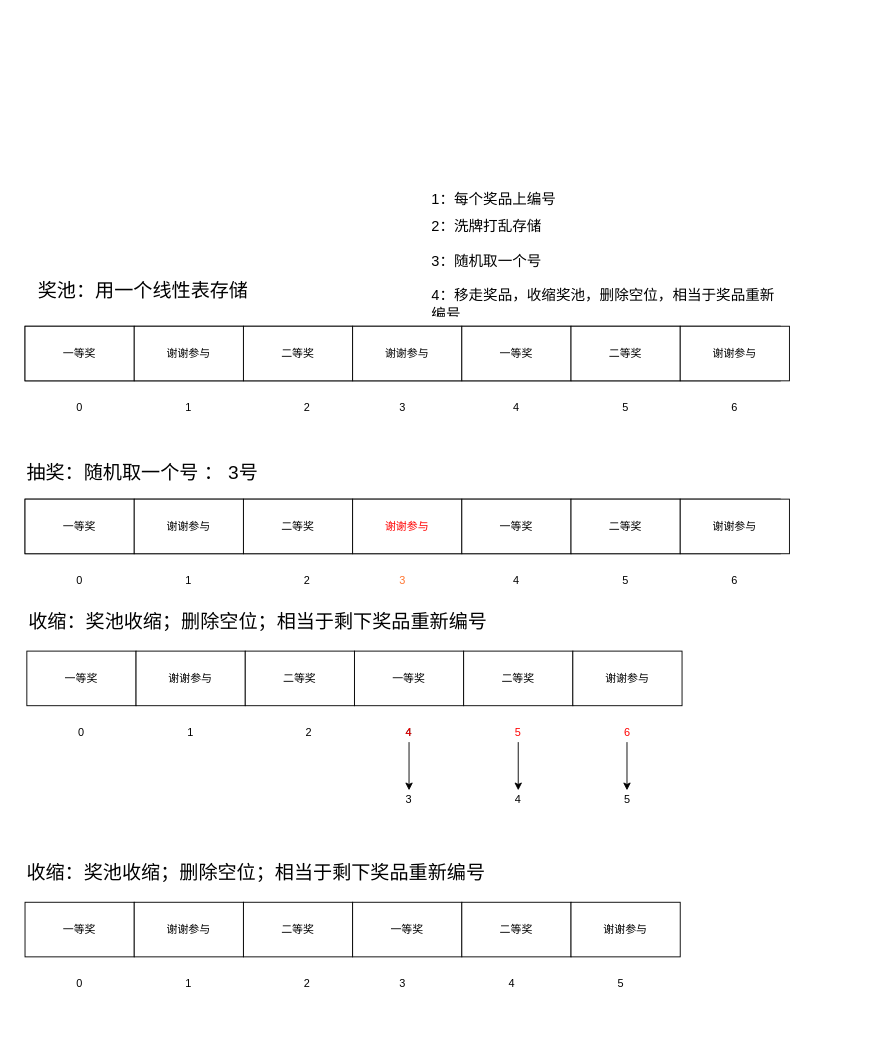
Above: won.drawio in yangsp1/yangsp1.github.io (draw.io), before the change. Source tidied: cells renumbered, new cells numbered last; positions are measured from the earlier drawing's top-left corner, leaving out a move shared by most shapes. Both pictures are drawn from the tidied source at 91%, with x=0, y=0 at pixel (25, 189).
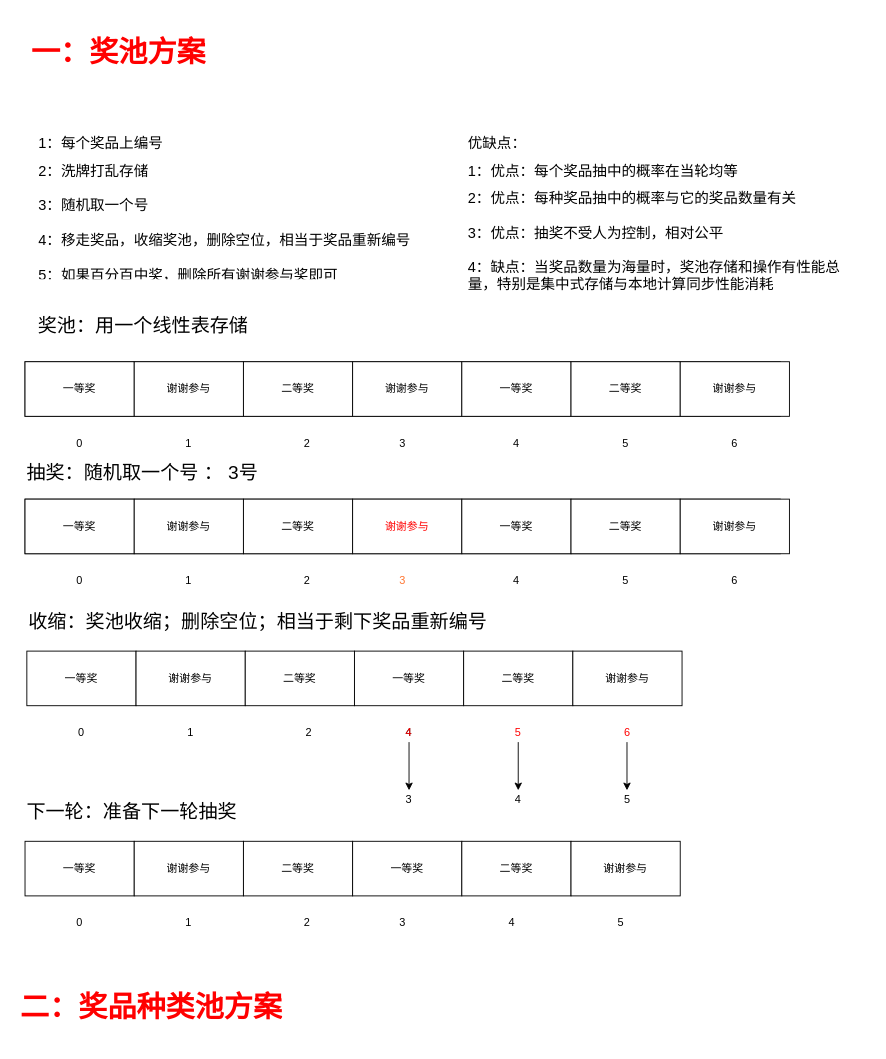
Above is the later version.

Change to the diagram source:
```diff
@@
     <mxCell id="2" style="rounded=0;whiteSpace=wrap;html=1;" parent="1" vertex="1">
-      <mxGeometry y="150" width="830" height="60" as="geometry" />
+      <mxGeometry y="189" width="830" height="60" as="geometry" />
     </mxCell>
     <mxCell id="3" value="一等奖" style="rounded=0;whiteSpace=wrap;html=1;" parent="1" vertex="1">
-      <mxGeometry y="150" width="120" height="60" as="geometry" />
+      <mxGeometry y="189" width="120" height="60" as="geometry" />
     </mxCell>
     <mxCell id="4" value="谢谢参与" style="rounded=0;whiteSpace=wrap;html=1;" parent="1" vertex="1">
-      <mxGeometry x="120" y="150" width="120" height="60" as="geometry" />
+      <mxGeometry x="120" y="189" width="120" height="60" as="geometry" />
     </mxCell>
     <mxCell id="5" value="二等奖" style="rounded=0;whiteSpace=wrap;html=1;" parent="1" vertex="1">
-      <mxGeometry x="240" y="150" width="120" height="60" as="geometry" />
+      <mxGeometry x="240" y="189" width="120" height="60" as="geometry" />
     </mxCell>
     <mxCell id="6" value="&lt;span&gt;谢谢参与&lt;/span&gt;" style="rounded=0;whiteSpace=wrap;html=1;" parent="1" vertex="1">
-      <mxGeometry x="360" y="150" width="120" height="60" as="geometry" />
+      <mxGeometry x="360" y="189" width="120" height="60" as="geometry" />
     </mxCell>
     <mxCell id="7" value="一等奖" style="rounded=0;whiteSpace=wrap;html=1;" parent="1" vertex="1">
-      <mxGeometry x="480" y="150" width="120" height="60" as="geometry" />
+      <mxGeometry x="480" y="189" width="120" height="60" as="geometry" />
     </mxCell>
     <mxCell id="8" value="二等奖" style="rounded=0;whiteSpace=wrap;html=1;" parent="1" vertex="1">
-      <mxGeometry x="600" y="150" width="120" height="60" as="geometry" />
+      <mxGeometry x="600" y="189" width="120" height="60" as="geometry" />
     </mxCell>
     <mxCell id="9" value="&lt;span&gt;谢谢参与&lt;/span&gt;" style="rounded=0;whiteSpace=wrap;html=1;" parent="1" vertex="1">
-      <mxGeometry x="720" y="150" width="120" height="60" as="geometry" />
+      <mxGeometry x="720" y="189" width="120" height="60" as="geometry" />
     </mxCell>
     <mxCell id="10" value="0" style="text;html=1;strokeColor=none;fillColor=none;align=center;verticalAlign=middle;whiteSpace=wrap;rounded=0;" parent="1" vertex="1">
-      <mxGeometry x="40" y="230" width="40" height="20" as="geometry" />
+      <mxGeometry x="40" y="269" width="40" height="20" as="geometry" />
     </mxCell>
     <mxCell id="11" value="4" style="text;html=1;strokeColor=none;fillColor=none;align=center;verticalAlign=middle;whiteSpace=wrap;rounded=0;" parent="1" vertex="1">
-      <mxGeometry x="520" y="230" width="40" height="20" as="geometry" />
+      <mxGeometry x="520" y="269" width="40" height="20" as="geometry" />
     </mxCell>
     <mxCell id="12" value="3" style="text;html=1;strokeColor=none;fillColor=none;align=center;verticalAlign=middle;whiteSpace=wrap;rounded=0;" parent="1" vertex="1">
-      <mxGeometry x="395" y="230" width="40" height="20" as="geometry" />
+      <mxGeometry x="395" y="269" width="40" height="20" as="geometry" />
     </mxCell>
     <mxCell id="13" value="2" style="text;html=1;strokeColor=none;fillColor=none;align=center;verticalAlign=middle;whiteSpace=wrap;rounded=0;" parent="1" vertex="1">
-      <mxGeometry x="290" y="230" width="40" height="20" as="geometry" />
+      <mxGeometry x="290" y="269" width="40" height="20" as="geometry" />
     </mxCell>
     <mxCell id="14" value="1" style="text;html=1;strokeColor=none;fillColor=none;align=center;verticalAlign=middle;whiteSpace=wrap;rounded=0;" parent="1" vertex="1">
-      <mxGeometry x="160" y="230" width="40" height="20" as="geometry" />
+      <mxGeometry x="160" y="269" width="40" height="20" as="geometry" />
     </mxCell>
     <mxCell id="15" value="5" style="text;html=1;strokeColor=none;fillColor=none;align=center;verticalAlign=middle;whiteSpace=wrap;rounded=0;" parent="1" vertex="1">
-      <mxGeometry x="640" y="230" width="40" height="20" as="geometry" />
+      <mxGeometry x="640" y="269" width="40" height="20" as="geometry" />
     </mxCell>
     <mxCell id="16" value="6" style="text;html=1;strokeColor=none;fillColor=none;align=center;verticalAlign=middle;whiteSpace=wrap;rounded=0;" parent="1" vertex="1">
-      <mxGeometry x="760" y="230" width="40" height="20" as="geometry" />
+      <mxGeometry x="760" y="269" width="40" height="20" as="geometry" />
     </mxCell>
     <mxCell id="17" value="奖池：用一个线性表存储" style="text;html=1;strokeColor=none;fillColor=none;align=center;verticalAlign=middle;whiteSpace=wrap;rounded=0;fontSize=21;" parent="1" vertex="1">
-      <mxGeometry y="100" width="260" height="20" as="geometry" />
+      <mxGeometry y="139" width="260" height="20" as="geometry" />
     </mxCell>
-    <mxCell id="18" value="&lt;h1 style=&quot;font-size: 16px&quot;&gt;&lt;span style=&quot;font-weight: normal ; font-size: 16px&quot;&gt;1：每个奖品上编号&lt;/span&gt;&lt;/h1&gt;&lt;div&gt;&lt;span style=&quot;font-weight: normal ; font-size: 16px&quot;&gt;2：洗牌打乱存储&lt;/span&gt;&lt;/div&gt;&lt;div&gt;&lt;span style=&quot;font-weight: normal ; font-size: 16px&quot;&gt;&lt;br&gt;&lt;/span&gt;&lt;/div&gt;&lt;div&gt;&lt;span style=&quot;font-weight: normal ; font-size: 16px&quot;&gt;3：随机取一个号&lt;/span&gt;&lt;/div&gt;&lt;div&gt;&lt;span style=&quot;font-weight: normal ; font-size: 16px&quot;&gt;&lt;br&gt;&lt;/span&gt;&lt;/div&gt;&lt;div&gt;&lt;span style=&quot;font-weight: normal ; font-size: 16px&quot;&gt;4：移走奖品，收缩奖池，删除空位，相当于奖品重新编号&lt;/span&gt;&lt;/div&gt;" style="text;html=1;strokeColor=none;fillColor=none;spacing=5;spacingTop=-20;whiteSpace=wrap;overflow=hidden;rounded=0;fontSize=16;fontStyle=1;" parent="1" vertex="1">
-      <mxGeometry x="442" width="400" height="140" as="geometry" />
+    <mxCell id="18" value="&lt;h1 style=&quot;font-size: 16px&quot;&gt;&lt;span style=&quot;font-weight: normal ; font-size: 16px&quot;&gt;1：每个奖品上编号&lt;/span&gt;&lt;/h1&gt;&lt;div&gt;&lt;span style=&quot;font-weight: normal ; font-size: 16px&quot;&gt;2：洗牌打乱存储&lt;/span&gt;&lt;/div&gt;&lt;div&gt;&lt;span style=&quot;font-weight: normal ; font-size: 16px&quot;&gt;&lt;br&gt;&lt;/span&gt;&lt;/div&gt;&lt;div&gt;&lt;span style=&quot;font-weight: normal ; font-size: 16px&quot;&gt;3：随机取一个号&lt;/span&gt;&lt;/div&gt;&lt;div&gt;&lt;span style=&quot;font-weight: normal ; font-size: 16px&quot;&gt;&lt;br&gt;&lt;/span&gt;&lt;/div&gt;&lt;div&gt;&lt;span style=&quot;font-weight: normal ; font-size: 16px&quot;&gt;4：移走奖品，收缩奖池，删除空位，相当于奖品重新编号&lt;/span&gt;&lt;/div&gt;&lt;div&gt;&lt;span style=&quot;font-weight: normal ; font-size: 16px&quot;&gt;&lt;br&gt;&lt;/span&gt;&lt;/div&gt;&lt;div&gt;&lt;span style=&quot;font-weight: normal ; font-size: 16px&quot;&gt;5：如果百分百中奖，删除所有谢谢参与奖即可&lt;/span&gt;&lt;/div&gt;" style="text;html=1;strokeColor=none;fillColor=none;spacing=5;spacingTop=-20;whiteSpace=wrap;overflow=hidden;rounded=0;fontSize=16;fontStyle=1;" parent="1" vertex="1">
+      <mxGeometry x="10" y="-61" width="448" height="160" as="geometry" />
     </mxCell>
@@
     <mxCell id="55" value="一等奖" style="rounded=0;whiteSpace=wrap;html=1;" parent="1" vertex="1">
-      <mxGeometry y="783" width="120" height="60" as="geometry" />
+      <mxGeometry y="716" width="120" height="60" as="geometry" />
     </mxCell>
     <mxCell id="56" value="谢谢参与" style="rounded=0;whiteSpace=wrap;html=1;" parent="1" vertex="1">
-      <mxGeometry x="120" y="783" width="120" height="60" as="geometry" />
+      <mxGeometry x="120" y="716" width="120" height="60" as="geometry" />
     </mxCell>
     <mxCell id="57" value="二等奖" style="rounded=0;whiteSpace=wrap;html=1;" parent="1" vertex="1">
-      <mxGeometry x="240" y="783" width="120" height="60" as="geometry" />
+      <mxGeometry x="240" y="716" width="120" height="60" as="geometry" />
     </mxCell>
     <mxCell id="58" value="一等奖" style="rounded=0;whiteSpace=wrap;html=1;" parent="1" vertex="1">
-      <mxGeometry x="360" y="783" width="120" height="60" as="geometry" />
+      <mxGeometry x="360" y="716" width="120" height="60" as="geometry" />
     </mxCell>
     <mxCell id="59" value="二等奖" style="rounded=0;whiteSpace=wrap;html=1;" parent="1" vertex="1">
-      <mxGeometry x="480" y="783" width="120" height="60" as="geometry" />
+      <mxGeometry x="480" y="716" width="120" height="60" as="geometry" />
     </mxCell>
     <mxCell id="60" value="&lt;span&gt;谢谢参与&lt;/span&gt;" style="rounded=0;whiteSpace=wrap;html=1;" parent="1" vertex="1">
-      <mxGeometry x="600" y="783" width="120" height="60" as="geometry" />
+      <mxGeometry x="600" y="716" width="120" height="60" as="geometry" />
     </mxCell>
     <mxCell id="61" value="0" style="text;html=1;strokeColor=none;fillColor=none;align=center;verticalAlign=middle;whiteSpace=wrap;rounded=0;" parent="1" vertex="1">
-      <mxGeometry x="40" y="863" width="40" height="20" as="geometry" />
+      <mxGeometry x="40" y="796" width="40" height="20" as="geometry" />
     </mxCell>
     <mxCell id="62" value="2" style="text;html=1;strokeColor=none;fillColor=none;align=center;verticalAlign=middle;whiteSpace=wrap;rounded=0;" parent="1" vertex="1">
-      <mxGeometry x="290" y="863" width="40" height="20" as="geometry" />
+      <mxGeometry x="290" y="796" width="40" height="20" as="geometry" />
     </mxCell>
     <mxCell id="63" value="1" style="text;html=1;strokeColor=none;fillColor=none;align=center;verticalAlign=middle;whiteSpace=wrap;rounded=0;" parent="1" vertex="1">
-      <mxGeometry x="160" y="863" width="40" height="20" as="geometry" />
+      <mxGeometry x="160" y="796" width="40" height="20" as="geometry" />
     </mxCell>
-    <mxCell id="64" value="收缩：奖池收缩；删除空位；相当于剩下奖品重新编号" style="text;html=1;strokeColor=none;fillColor=none;align=left;verticalAlign=middle;whiteSpace=wrap;rounded=0;fontSize=21;" parent="1" vertex="1">
-      <mxGeometry y="740" width="578" height="20" as="geometry" />
+    <mxCell id="64" value="下一轮：准备下一轮抽奖" style="text;html=1;strokeColor=none;fillColor=none;align=left;verticalAlign=middle;whiteSpace=wrap;rounded=0;fontSize=21;" parent="1" vertex="1">
+      <mxGeometry y="673" width="578" height="20" as="geometry" />
     </mxCell>
     <mxCell id="65" value="3" style="text;html=1;strokeColor=none;fillColor=none;align=center;verticalAlign=middle;whiteSpace=wrap;rounded=0;" parent="1" vertex="1">
-      <mxGeometry x="395" y="863" width="40" height="20" as="geometry" />
+      <mxGeometry x="395" y="796" width="40" height="20" as="geometry" />
     </mxCell>
     <mxCell id="66" value="5" style="text;html=1;strokeColor=none;fillColor=none;align=center;verticalAlign=middle;whiteSpace=wrap;rounded=0;" parent="1" vertex="1">
-      <mxGeometry x="635" y="863" width="40" height="20" as="geometry" />
+      <mxGeometry x="635" y="796" width="40" height="20" as="geometry" />
     </mxCell>
     <mxCell id="67" value="4" style="text;html=1;strokeColor=none;fillColor=none;align=center;verticalAlign=middle;whiteSpace=wrap;rounded=0;" parent="1" vertex="1">
-      <mxGeometry x="515" y="863" width="40" height="20" as="geometry" />
+      <mxGeometry x="515" y="796" width="40" height="20" as="geometry" />
     </mxCell>
+    <mxCell id="68" value="&lt;h1 style=&quot;font-size: 16px&quot;&gt;&lt;span style=&quot;font-weight: 400&quot;&gt;优缺点：&lt;/span&gt;&lt;/h1&gt;&lt;h1 style=&quot;font-size: 16px&quot;&gt;&lt;span style=&quot;font-weight: normal ; font-size: 16px&quot;&gt;1：优点：每个奖品抽中的概率在当轮均等&lt;/span&gt;&lt;/h1&gt;&lt;div&gt;&lt;span style=&quot;font-weight: normal ; font-size: 16px&quot;&gt;2：优点：每种奖品抽中的概率与它的奖品数量有关&lt;/span&gt;&lt;/div&gt;&lt;div&gt;&lt;span style=&quot;font-weight: normal ; font-size: 16px&quot;&gt;&lt;br&gt;&lt;/span&gt;&lt;/div&gt;&lt;div&gt;&lt;span style=&quot;font-weight: normal ; font-size: 16px&quot;&gt;3：优点：抽奖不受人为控制，相对公平&lt;/span&gt;&lt;/div&gt;&lt;div&gt;&lt;span style=&quot;font-weight: normal ; font-size: 16px&quot;&gt;&lt;br&gt;&lt;/span&gt;&lt;/div&gt;&lt;div&gt;&lt;span style=&quot;font-weight: normal ; font-size: 16px&quot;&gt;4：缺点：当奖品数量为海量时，奖池存储和操作有性能总量，特别是集中式存储与本地计算同步性能消耗&lt;br&gt;&lt;/span&gt;&lt;/div&gt;" style="text;html=1;strokeColor=none;fillColor=none;spacing=5;spacingTop=-20;whiteSpace=wrap;overflow=hidden;rounded=0;fontSize=16;fontStyle=1;" parent="1" vertex="1">
+      <mxGeometry x="482" y="-61" width="448" height="180" as="geometry" />
+    </mxCell>
+    <mxCell id="69" value="&lt;h1&gt;一：奖池方案&lt;/h1&gt;" style="text;html=1;strokeColor=none;fillColor=none;spacing=5;spacingTop=-20;whiteSpace=wrap;overflow=hidden;rounded=0;fontSize=16;fontColor=#FF0000;align=left;" parent="1" vertex="1">
+      <mxGeometry x="2" y="-181" width="428" height="70" as="geometry" />
+    </mxCell>
+    <mxCell id="70" value="&lt;h1&gt;二：奖品种类池方案&lt;/h1&gt;" style="text;html=1;strokeColor=none;fillColor=none;spacing=5;spacingTop=-20;whiteSpace=wrap;overflow=hidden;rounded=0;fontSize=16;fontColor=#FF0000;align=left;" parent="1" vertex="1">
+      <mxGeometry x="-10" y="869" width="428" height="70" as="geometry" />
+    </mxCell>
```
